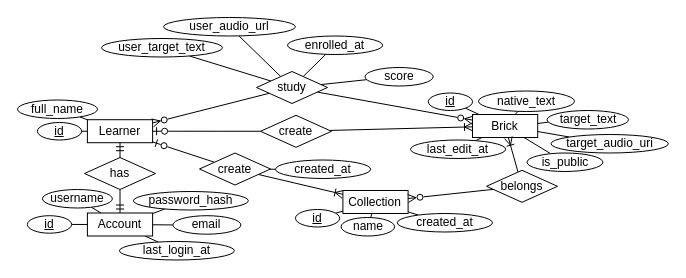
Earlier version of the draw.io diagram database_design/erd_lisenare.drawio (hellophucnguyenhoang/lisenare). Source tidied: cells renumbered, new cells numbered last; positions are measured from the earlier drawing's top-left corner, leaving out a move shared by most shapes. Both pictures are drawn from the tidied source at 100%, with x=0, y=0 at pixel (17, 17).
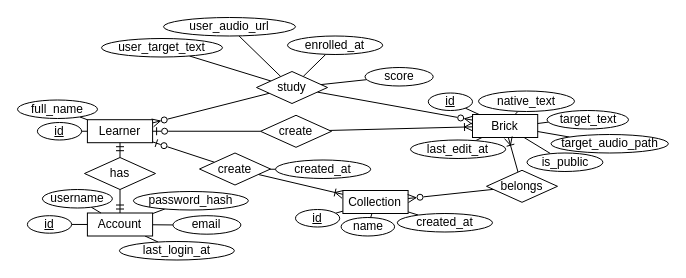
After the change.

Diff of the diagram source:
```diff
@@
-    <mxCell id="16" value="target_audio_uri" style="ellipse;whiteSpace=wrap;html=1;align=center;" parent="1" vertex="1">
+    <mxCell id="16" value="target_audio_path" style="ellipse;whiteSpace=wrap;html=1;align=center;" parent="1" vertex="1">
       <mxGeometry x="533.5" y="117" width="117.4" height="18.5" as="geometry" />
     </mxCell>
```
